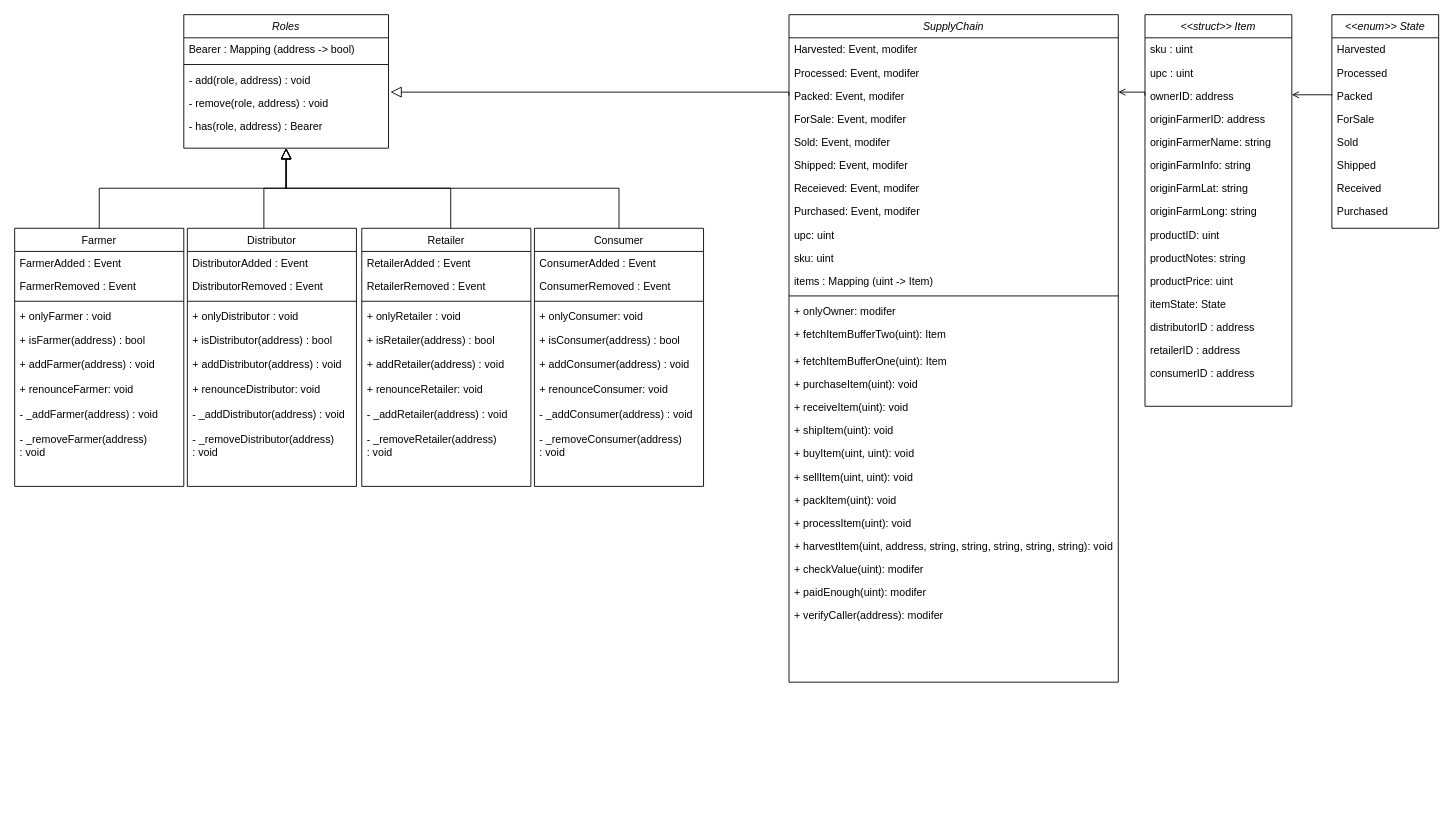
Above: UML/ClassDiagram_Coffee.drawio in mattj241/nd1309-Project-6b-Example-Template (draw.io), before the change. Source tidied: cells renumbered, new cells numbered last; positions are measured from the earlier drawing's top-left corner, leaving out a move shared by most shapes. Both pictures are drawn from the tidied source at 89%, with x=0, y=0 at pixel (14, 14).
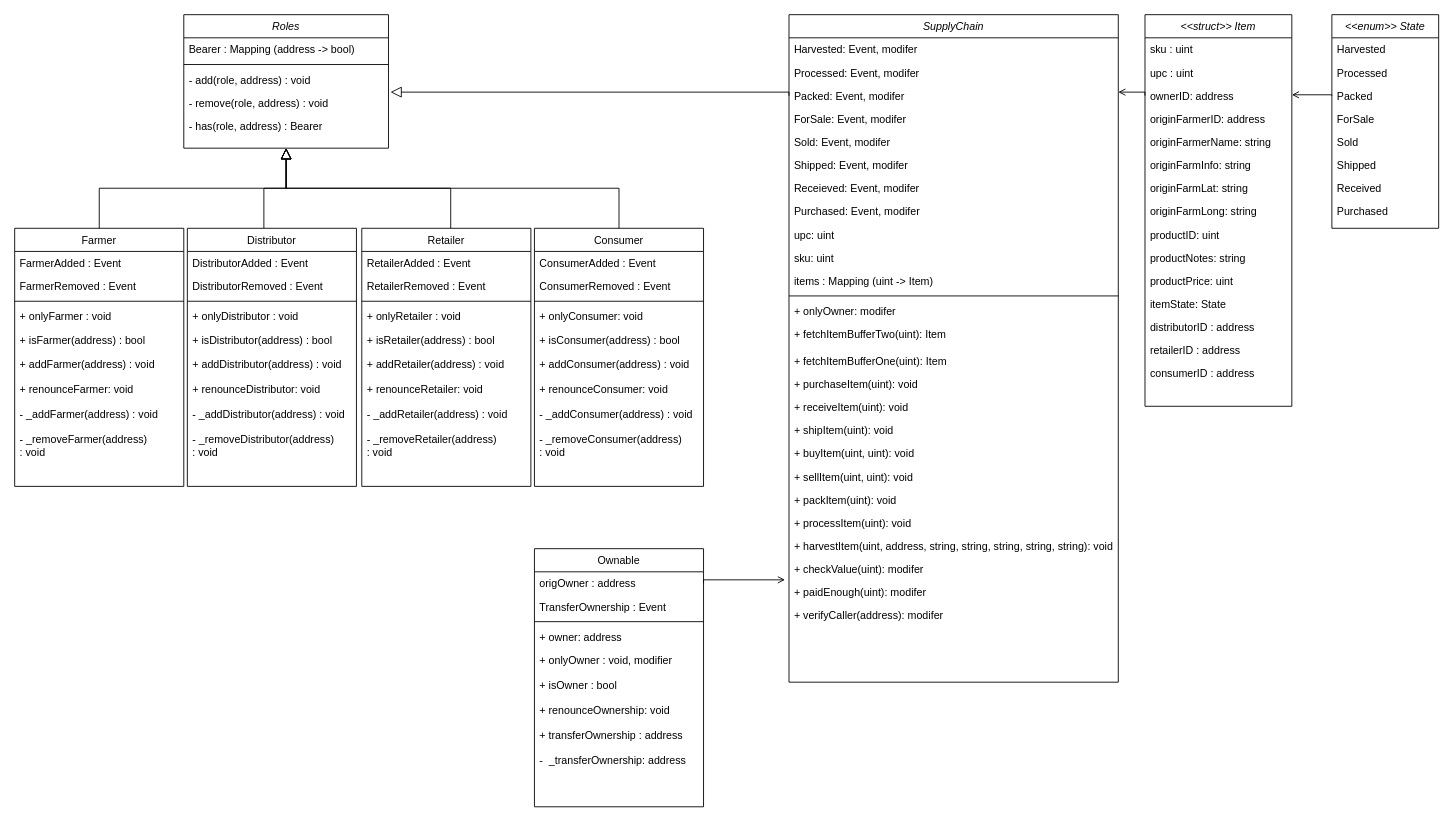
Above is the later version.

Unchanged cells that the change refers to:
```xml
<mxCell id="76" value="+ checkValue(uint): modifer" style="text;align=left;verticalAlign=top;spacingLeft=4;spacingRight=4;overflow=hidden;points=[[0,0.5],[1,0.5]];portConstraint=eastwest;" parent="52" vertex="1">
  <mxGeometry y="610" width="370" height="26" as="geometry" />
</mxCell>
```

Change to the diagram source:
```diff
@@
+    <mxCell id="107" value="Ownable" style="swimlane;fontStyle=0;align=center;verticalAlign=top;horizontal=1;startSize=26;rounded=0;shadow=0;strokeWidth=1;" parent="1" vertex="1">
+      <mxGeometry x="584" y="600" width="190" height="290" as="geometry" />
+    </mxCell>
+    <mxCell id="108" value="origOwner : address" style="text;align=left;verticalAlign=top;spacingLeft=4;spacingRight=4;overflow=hidden;points=[[0,0.5],[1,0.5]];portConstraint=eastwest;" parent="107" vertex="1">
+      <mxGeometry y="26" width="190" height="26" as="geometry" />
+    </mxCell>
+    <mxCell id="109" value="TransferOwnership : Event" style="text;align=left;verticalAlign=top;spacingLeft=4;spacingRight=4;overflow=hidden;rounded=0;shadow=0;html=0;" parent="107" vertex="1">
+      <mxGeometry y="52" width="190" height="26" as="geometry" />
+    </mxCell>
+    <mxCell id="110" style="line;html=1;strokeWidth=1;align=left;verticalAlign=middle;spacingTop=-1;spacingLeft=3;spacingRight=3;labelPosition=right;" parent="107" vertex="1">
+      <mxGeometry y="78" width="190" height="8" as="geometry" />
+    </mxCell>
+    <mxCell id="111" value="+ owner: address" style="text;align=left;verticalAlign=top;spacingLeft=4;spacingRight=4;overflow=hidden;fontStyle=0;" parent="107" vertex="1">
+      <mxGeometry y="86" width="190" height="26" as="geometry" />
+    </mxCell>
+    <mxCell id="112" value="+ onlyOwner : void, modifier" style="text;align=left;verticalAlign=top;spacingLeft=4;spacingRight=4;overflow=hidden;" parent="107" vertex="1">
+      <mxGeometry y="112" width="190" height="28" as="geometry" />
+    </mxCell>
+    <mxCell id="113" value="+ isOwner : bool" style="text;align=left;verticalAlign=top;spacingLeft=4;spacingRight=4;overflow=hidden;" parent="107" vertex="1">
+      <mxGeometry y="140" width="190" height="28" as="geometry" />
+    </mxCell>
+    <mxCell id="114" value="+ renounceOwnership: void" style="text;align=left;verticalAlign=top;spacingLeft=4;spacingRight=4;overflow=hidden;" parent="107" vertex="1">
+      <mxGeometry y="168" width="190" height="28" as="geometry" />
+    </mxCell>
+    <mxCell id="115" value="+ transferOwnership : address" style="text;align=left;verticalAlign=top;spacingLeft=4;spacingRight=4;overflow=hidden;" parent="107" vertex="1">
+      <mxGeometry y="196" width="190" height="28" as="geometry" />
+    </mxCell>
+    <mxCell id="116" value="-  _transferOwnership: address" style="text;align=left;verticalAlign=top;spacingLeft=4;spacingRight=4;overflow=hidden;" parent="107" vertex="1">
+      <mxGeometry y="224" width="190" height="28" as="geometry" />
+    </mxCell>
+    <mxCell id="117" style="endArrow=open;shadow=0;strokeWidth=1;rounded=0;endFill=1;edgeStyle=elbowEdgeStyle;elbow=vertical;exitX=1;exitY=0.5;exitDx=0;exitDy=0;entryX=-0.012;entryY=0.962;entryDx=0;entryDy=0;entryPerimeter=0;" parent="1" edge="1" source="108" target="76">
+      <mxGeometry x="0.5" y="41" relative="1" as="geometry">
+        <Array as="points">
+          <mxPoint x="850" y="635" />
+          <mxPoint x="835" y="640" />
+        </Array>
+        <mxPoint x="-40" y="32" as="offset" />
+      </mxGeometry>
+    </mxCell>
```
